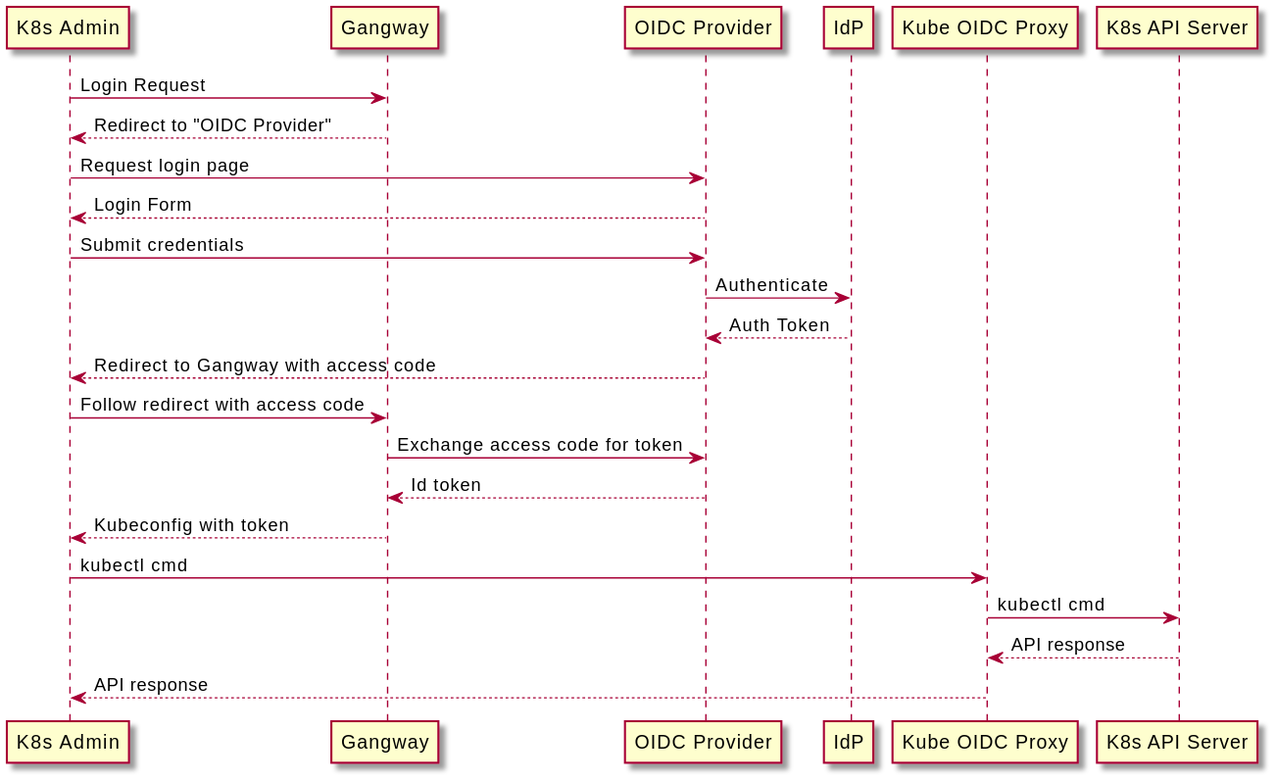
Before: docs/diagrams/out/AKS-OIDC-Login-and-K8s-Request.svg, a diagram exported from PlantUML (retaildevcrews/aks-oidc-proxy).
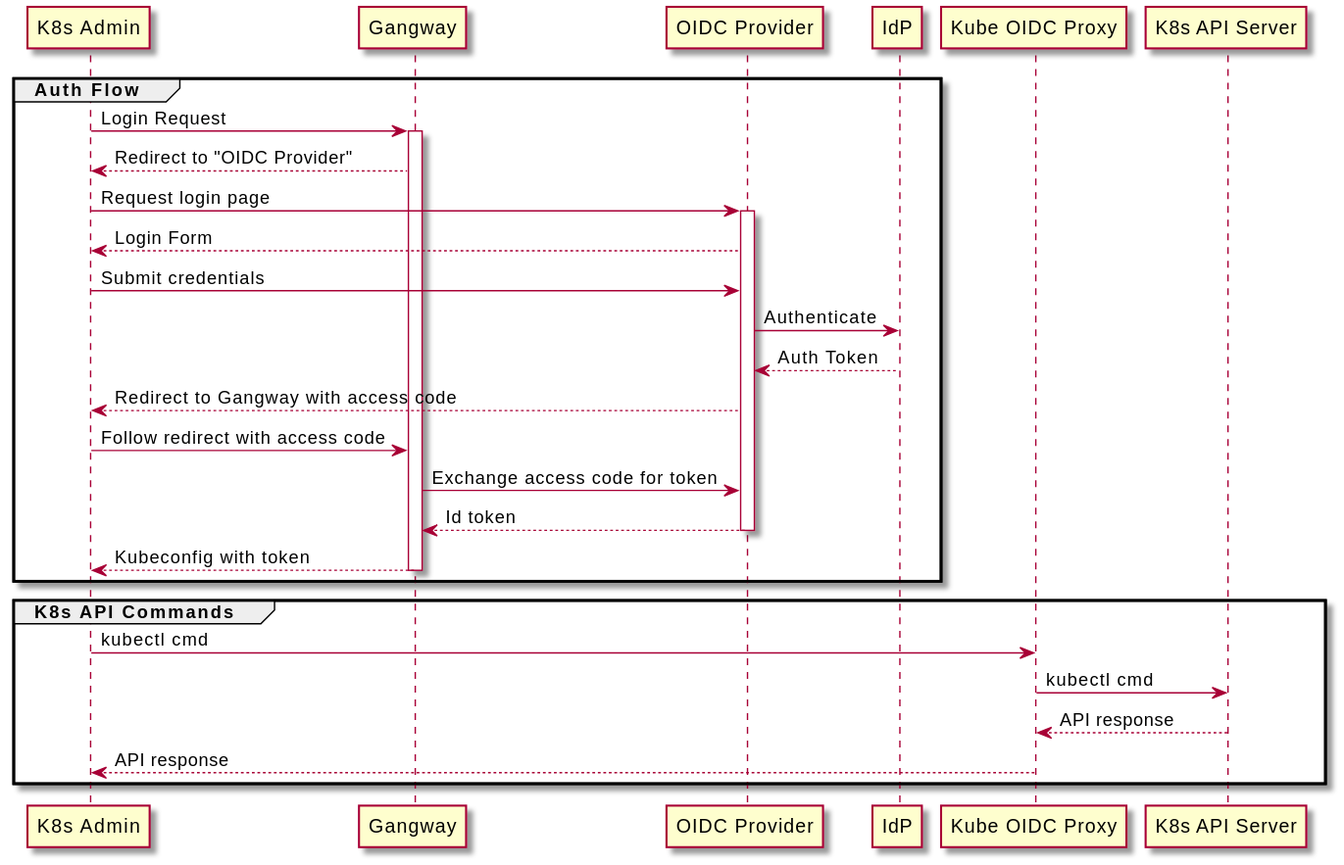
The same diagram one commit later.

Commit message:
updated generated diagram

The edit, as a diff of the source:
```diff
@@ -1,18 +1,26 @@
 @startuml
-"K8s Admin"->Gangway: Login Request
-Gangway -->"K8s Admin": Redirect to "OIDC Provider"
-"K8s Admin" -> "OIDC Provider":Request login page
-"OIDC Provider" --> "K8s Admin": Login Form
-"K8s Admin"-> "OIDC Provider": Submit credentials
-"OIDC Provider" -> IdP: Authenticate
-IdP --> "OIDC Provider": Auth Token
-"OIDC Provider" --> "K8s Admin": Redirect to Gangway with access code
-"K8s Admin" -> Gangway: Follow redirect with access code
-Gangway -> "OIDC Provider": Exchange access code for token
-"OIDC Provider" --> Gangway: Id token
-Gangway --> "K8s Admin": Kubeconfig with token
-"K8s Admin"->"Kube OIDC Proxy": kubectl cmd
-"Kube OIDC Proxy" -> "K8s API Server": kubectl cmd
-"K8s API Server" --> "Kube OIDC Proxy": API response
-"Kube OIDC Proxy" --> "K8s Admin": API response
+group Auth Flow
+    "K8s Admin"->Gangway: Login Request
+    activate Gangway
+    Gangway -->"K8s Admin": Redirect to "OIDC Provider"
+    "K8s Admin" -> "OIDC Provider":Request login page
+    activate "OIDC Provider"
+    "OIDC Provider" --> "K8s Admin": Login Form
+    "K8s Admin"-> "OIDC Provider": Submit credentials
+    "OIDC Provider" -> IdP: Authenticate
+    IdP --> "OIDC Provider": Auth Token
+    "OIDC Provider" --> "K8s Admin": Redirect to Gangway with access code
+    "K8s Admin" -> Gangway: Follow redirect with access code
+    Gangway -> "OIDC Provider": Exchange access code for token
+    "OIDC Provider" --> Gangway: Id token
+    deactivate "OIDC Provider"
+    Gangway --> "K8s Admin": Kubeconfig with token
+    deactivate Gangway
+end
+group K8s API Commands
+    "K8s Admin"->"Kube OIDC Proxy": kubectl cmd
+    "Kube OIDC Proxy" -> "K8s API Server": kubectl cmd
+    "K8s API Server" --> "Kube OIDC Proxy": API response
+    "Kube OIDC Proxy" --> "K8s Admin": API response
+end
 @enduml
```
